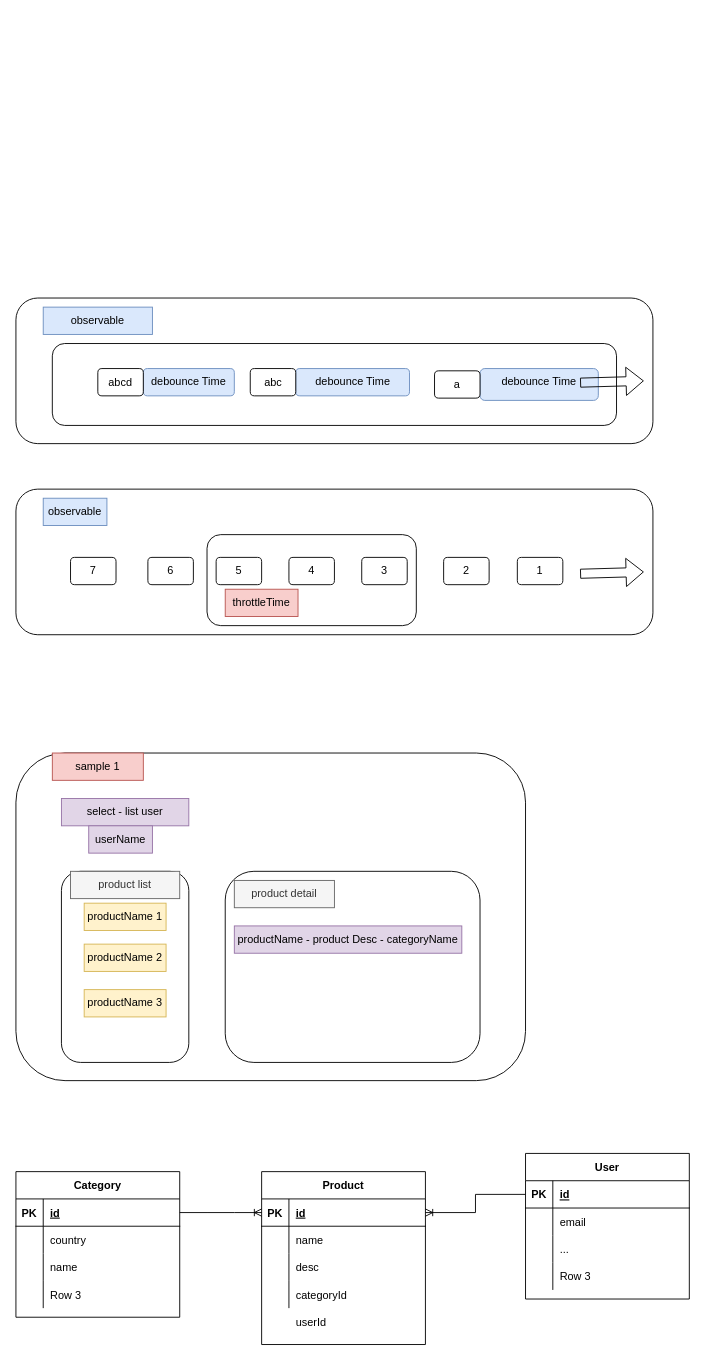
blackcatcoder/rxjs keeps this draw.io diagram as sample.drawio. Above is the earlier version. Source tidied: cells renumbered, new cells numbered last; positions are measured from the earlier drawing's top-left corner, leaving out a move shared by most shapes. Both pictures are drawn from the tidied source at 91%, with x=0, y=0 at pixel (15, 298).
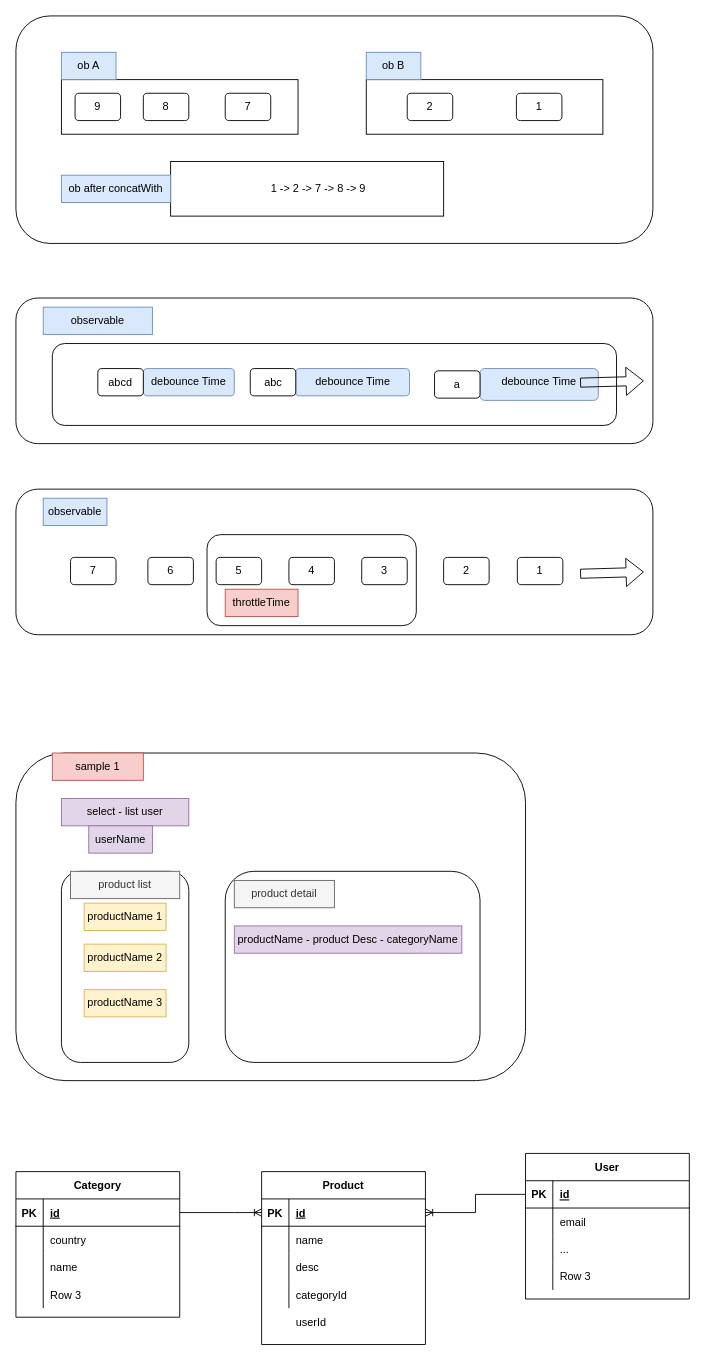
Above is the later version.

Diff of the diagram source:
```diff
@@
+    <mxCell id="79" style="rounded=1;whiteSpace=wrap;html=1;" parent="1" vertex="1">
+      <mxGeometry y="-310" width="700" height="250" as="geometry" />
+    </mxCell>
+    <mxCell id="80" style="rounded=0;whiteSpace=wrap;html=1;" parent="1" vertex="1">
+      <mxGeometry x="50" y="-240" width="260" height="60" as="geometry" />
+    </mxCell>
+    <mxCell id="81" style="rounded=0;whiteSpace=wrap;html=1;" parent="1" vertex="1">
+      <mxGeometry x="170" y="-150" width="300" height="60" as="geometry" />
+    </mxCell>
+    <mxCell id="82" style="rounded=0;whiteSpace=wrap;html=1;" parent="1" vertex="1">
+      <mxGeometry x="385" y="-240" width="260" height="60" as="geometry" />
+    </mxCell>
+    <mxCell id="83" value="7" style="rounded=1;whiteSpace=wrap;html=1;" parent="1" vertex="1">
+      <mxGeometry x="230" y="-225" width="50" height="30" as="geometry" />
+    </mxCell>
+    <mxCell id="84" value="8" style="rounded=1;whiteSpace=wrap;html=1;" parent="1" vertex="1">
+      <mxGeometry x="140" y="-225" width="50" height="30" as="geometry" />
+    </mxCell>
+    <mxCell id="85" value="9" style="rounded=1;whiteSpace=wrap;html=1;" parent="1" vertex="1">
+      <mxGeometry x="65" y="-225" width="50" height="30" as="geometry" />
+    </mxCell>
+    <mxCell id="86" value="2" style="rounded=1;whiteSpace=wrap;html=1;" parent="1" vertex="1">
+      <mxGeometry x="430" y="-225" width="50" height="30" as="geometry" />
+    </mxCell>
+    <mxCell id="87" value="1" style="rounded=1;whiteSpace=wrap;html=1;" parent="1" vertex="1">
+      <mxGeometry x="550" y="-225" width="50" height="30" as="geometry" />
+    </mxCell>
+    <mxCell id="88" value="ob A" style="text;html=1;strokeColor=#6c8ebf;fillColor=#dae8fc;align=center;verticalAlign=middle;whiteSpace=wrap;rounded=0;" parent="1" vertex="1">
+      <mxGeometry x="50" y="-270" width="60" height="30" as="geometry" />
+    </mxCell>
+    <mxCell id="89" value="ob B" style="text;html=1;strokeColor=#6c8ebf;fillColor=#dae8fc;align=center;verticalAlign=middle;whiteSpace=wrap;rounded=0;" parent="1" vertex="1">
+      <mxGeometry x="385" y="-270" width="60" height="30" as="geometry" />
+    </mxCell>
+    <mxCell id="90" value="ob after concatWith" style="text;html=1;strokeColor=#6c8ebf;fillColor=#dae8fc;align=center;verticalAlign=middle;whiteSpace=wrap;rounded=0;" parent="1" vertex="1">
+      <mxGeometry x="50" y="-135" width="120" height="30" as="geometry" />
+    </mxCell>
+    <mxCell id="91" value="1 -&amp;gt; 2 -&amp;gt; 7 -&amp;gt; 8 -&amp;gt; 9" style="text;html=1;strokeColor=none;fillColor=none;align=center;verticalAlign=middle;whiteSpace=wrap;rounded=0;" parent="1" vertex="1">
+      <mxGeometry x="225" y="-135" width="215" height="30" as="geometry" />
+    </mxCell>
```
